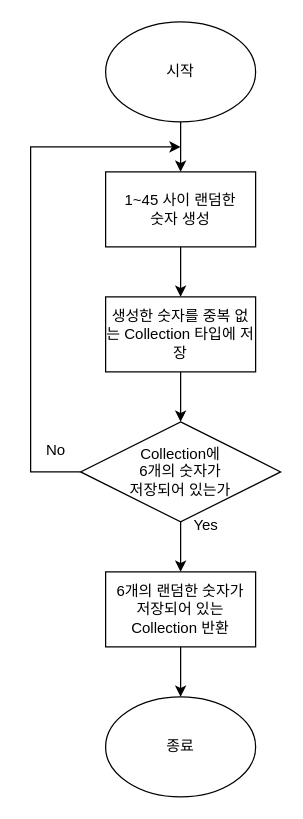
This is CodeStarterCamp_Week2/Step1/[Round2_Step1]로또 당첨번호 생성기 순서도.drawio from yumin43/swift-starter-Round2, a draw.io file, before an edit. Source tidied: cells renumbered, new cells numbered last; positions are measured from the earlier drawing's top-left corner, leaving out a move shared by most shapes. Both pictures are drawn from the tidied source at 125%, with x=0, y=0 at pixel (30, 21).
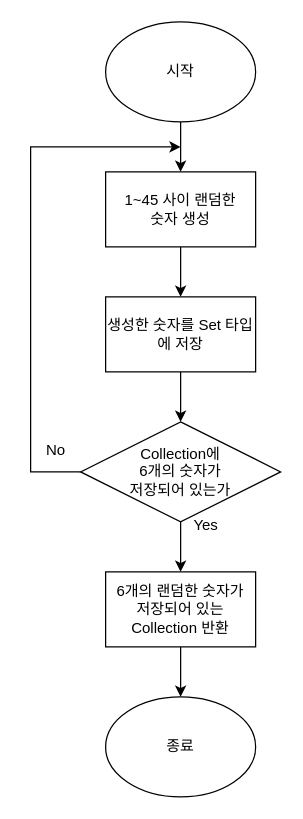
After the change.

Commit message (it also covers changes not shown here):
Docs: 로또 당첨번호 순서도에 중복없는 컬렉션을 Set타입으로 명시

What changed in the source:
```diff
@@
 <mxGraphModel>
   <root>
     <mxCell id="0" />
     <mxCell id="1" parent="0" />
     <mxCell id="2" value="시작" style="ellipse;whiteSpace=wrap;html=1;" parent="1" vertex="1">
       <mxGeometry x="60" width="120" height="80" as="geometry" />
     </mxCell>
     <mxCell id="3" style="edgeStyle=orthogonalEdgeStyle;rounded=0;jettySize=auto;html=1;" parent="1" edge="1" source="4">
       <mxGeometry relative="1" as="geometry">
         <mxPoint x="120" y="220" as="targetPoint" />
       </mxGeometry>
     </mxCell>
     <mxCell id="4" value="1~45 사이 랜덤한&lt;br&gt;숫자 생성" style="whiteSpace=wrap;html=1;" parent="1" vertex="1">
       <mxGeometry x="60" y="120" width="120" height="60" as="geometry" />
     </mxCell>
     <mxCell id="5" style="edgeStyle=orthogonalEdgeStyle;rounded=0;jettySize=auto;html=1;" parent="1" edge="1" source="6" target="8">
       <mxGeometry relative="1" as="geometry" />
     </mxCell>
-    <mxCell id="6" value="생성한 숫자를 중복 없는 Collection 타입에 저장" style="whiteSpace=wrap;html=1;" parent="1" vertex="1">
+    <mxCell id="6" value="생성한 숫자를 Set 타입에 저장" style="whiteSpace=wrap;html=1;" parent="1" vertex="1">
       <mxGeometry x="60" y="220" width="120" height="60" as="geometry" />
     </mxCell>
     <mxCell id="7" style="edgeStyle=orthogonalEdgeStyle;rounded=0;jettySize=auto;html=1;" parent="1" edge="1" source="8" target="13">
       <mxGeometry relative="1" as="geometry" />
     </mxCell>
     <mxCell id="8" value="Collection에&lt;br&gt;6개의 숫자가&lt;br&gt;저장되어 있는가" style="rhombus;whiteSpace=wrap;html=1;" parent="1" vertex="1">
       <mxGeometry x="40" y="320" width="160" height="80" as="geometry" />
     </mxCell>
     <mxCell id="9" style="endArrow=classic;html=1;rounded=0;exitX=0;exitY=0.5;exitDx=0;exitDy=0;" parent="1" edge="1" source="8">
       <mxGeometry relative="1" as="geometry">
         <mxPoint x="120" y="100" as="targetPoint" />
         <Array as="points">
           <mxPoint y="360" />
           <mxPoint y="100" />
         </Array>
       </mxGeometry>
     </mxCell>
     <mxCell id="10" style="edgeStyle=orthogonalEdgeStyle;rounded=0;jettySize=auto;html=1;entryX=0.5;entryY=0;entryDx=0;entryDy=0;exitX=0.5;exitY=1;exitDx=0;exitDy=0;" parent="1" edge="1" source="2" target="4">
       <mxGeometry relative="1" as="geometry" />
     </mxCell>
     <mxCell id="11" value="No" style="text;html=1;align=center;verticalAlign=middle;strokeColor=none;fillColor=none;" parent="1" vertex="1">
       <mxGeometry y="328" width="40" height="30" as="geometry" />
     </mxCell>
     <mxCell id="12" style="edgeStyle=orthogonalEdgeStyle;rounded=0;jettySize=auto;html=1;entryX=0.5;entryY=0;entryDx=0;entryDy=0;" parent="1" edge="1" source="13" target="15">
       <mxGeometry relative="1" as="geometry" />
     </mxCell>
     <mxCell id="13" value="6개의 랜덤한 숫자가&lt;br&gt;저장되어 있는 Collection 반환" style="whiteSpace=wrap;html=1;" parent="1" vertex="1">
       <mxGeometry x="60" y="440" width="120" height="60" as="geometry" />
     </mxCell>
     <mxCell id="14" value="Yes" style="text;html=1;align=center;verticalAlign=middle;strokeColor=none;fillColor=none;" parent="1" vertex="1">
       <mxGeometry x="120" y="388" width="40" height="30" as="geometry" />
     </mxCell>
     <mxCell id="15" value="종료" style="ellipse;whiteSpace=wrap;html=1;" parent="1" vertex="1">
       <mxGeometry x="60" y="540" width="120" height="80" as="geometry" />
     </mxCell>
   </root>
 </mxGraphModel>
```
